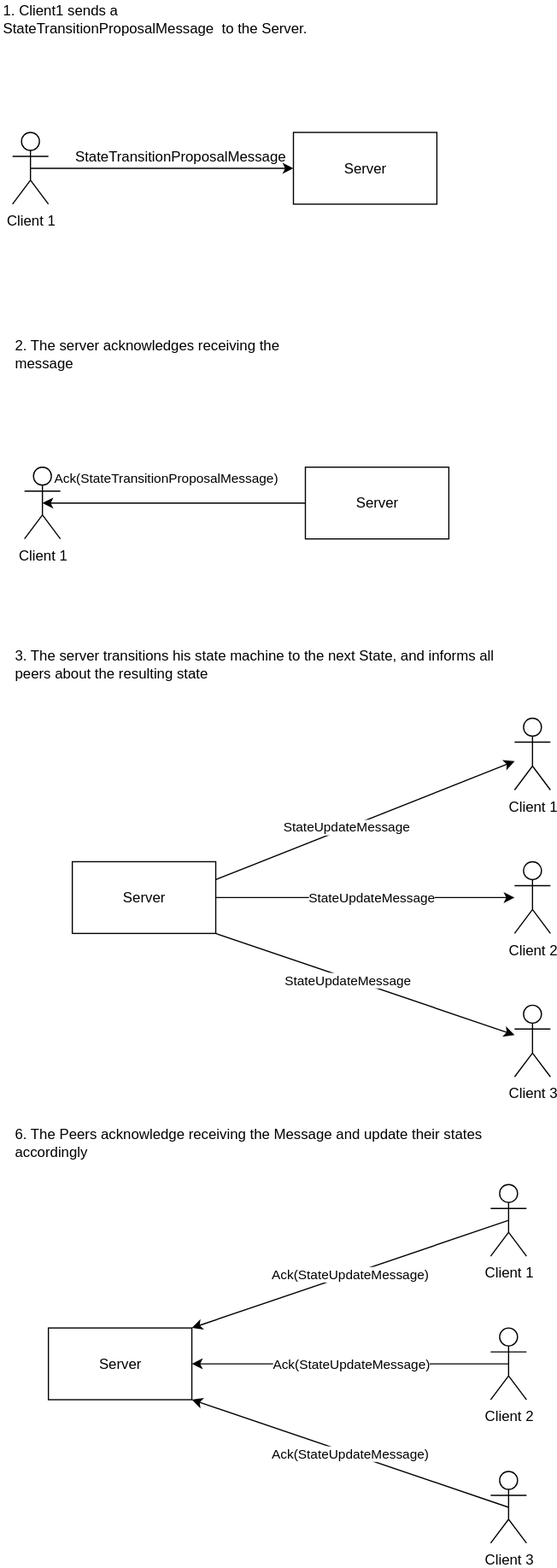
random998/bachelors_project keeps this draw.io diagram as docs/state_transition_communication_4.drawio.svg. Above is the earlier version. Source tidied: cells renumbered, new cells last; positions are measured from the earlier drawing's top-left corner, leaving out a move shared by most shapes. The source it was exported from:
```xml
<mxGraphModel>
  <root>
    <mxCell id="0" />
    <mxCell id="1" parent="0" />
    <mxCell id="2" value="&lt;div&gt;Client 1&lt;/div&gt;&lt;div&gt;&lt;br&gt;&lt;/div&gt;" style="shape=umlActor;verticalLabelPosition=bottom;verticalAlign=top;html=1;outlineConnect=0;" parent="1" vertex="1">
      <mxGeometry x="10" y="110" width="30" height="60" as="geometry" />
    </mxCell>
    <mxCell id="3" style="endArrow=classic;html=1;rounded=0;exitX=0.5;exitY=0.5;exitDx=0;exitDy=0;exitPerimeter=0;entryX=0;entryY=0.5;entryDx=0;entryDy=0;" parent="1" edge="1" source="2" target="4">
      <mxGeometry relative="1" as="geometry" />
    </mxCell>
    <mxCell id="4" value="Server" style="rounded=0;whiteSpace=wrap;html=1;" parent="1" vertex="1">
      <mxGeometry x="245" y="110" width="120" height="60" as="geometry" />
    </mxCell>
    <mxCell id="5" value="&lt;div align=&quot;left&quot;&gt;1. Client1 sends a StateTransitionProposalMessage&amp;nbsp; to the Server.&lt;/div&gt;" style="text;strokeColor=none;align=left;fillColor=none;html=1;verticalAlign=middle;whiteSpace=wrap;rounded=0;" parent="1" vertex="1">
      <mxGeometry width="260" height="30" as="geometry" />
    </mxCell>
    <mxCell id="6" value="StateTransitionProposalMessage" style="text;html=1;align=center;verticalAlign=middle;strokeColor=none;fillColor=none;" parent="1" vertex="1">
      <mxGeometry x="50" y="115" width="200" height="30" as="geometry" />
    </mxCell>
    <mxCell id="7" value="&lt;div align=&quot;left&quot;&gt;3. The server transitions his state machine to the next State, and informs all peers about the resulting state&lt;/div&gt;" style="text;strokeColor=none;align=left;fillColor=none;html=1;verticalAlign=middle;whiteSpace=wrap;rounded=0;" parent="1" vertex="1">
      <mxGeometry x="10" y="540" width="430" height="30" as="geometry" />
    </mxCell>
    <mxCell id="8" value="Server" style="rounded=0;whiteSpace=wrap;html=1;" parent="1" vertex="1">
      <mxGeometry x="60" y="720" width="120" height="60" as="geometry" />
    </mxCell>
    <mxCell id="9" value="Client 1" style="shape=umlActor;verticalLabelPosition=bottom;verticalAlign=top;html=1;outlineConnect=0;" parent="1" vertex="1">
      <mxGeometry x="430" y="600" width="30" height="60" as="geometry" />
    </mxCell>
    <mxCell id="10" value="Client 2" style="shape=umlActor;verticalLabelPosition=bottom;verticalAlign=top;html=1;outlineConnect=0;" parent="1" vertex="1">
      <mxGeometry x="430" y="720" width="30" height="60" as="geometry" />
    </mxCell>
    <mxCell id="11" value="Client 3" style="shape=umlActor;verticalLabelPosition=bottom;verticalAlign=top;html=1;outlineConnect=0;" parent="1" vertex="1">
      <mxGeometry x="430" y="840" width="30" height="60" as="geometry" />
    </mxCell>
    <mxCell id="12" style="endArrow=classic;html=1;rounded=0;exitX=1;exitY=0.25;exitDx=0;exitDy=0;" parent="1" edge="1" source="8" target="9">
      <mxGeometry relative="1" as="geometry" />
    </mxCell>
    <mxCell id="13" value="StateUpdateMessage" style="edgeLabel;html=1;align=center;verticalAlign=middle;" parent="12" vertex="1">
      <mxGeometry x="-0.13" y="1" relative="1" as="geometry" />
    </mxCell>
    <mxCell id="14" style="endArrow=classic;html=1;rounded=0;exitX=1;exitY=0.5;exitDx=0;exitDy=0;" parent="1" edge="1" source="8" target="10">
      <mxGeometry relative="1" as="geometry" />
    </mxCell>
    <mxCell id="15" style="endArrow=classic;html=1;rounded=0;exitX=1;exitY=1;exitDx=0;exitDy=0;" parent="1" edge="1" source="8" target="11">
      <mxGeometry relative="1" as="geometry" />
    </mxCell>
    <mxCell id="16" value="StateUpdateMessage" style="edgeLabel;html=1;align=center;verticalAlign=middle;" parent="15" vertex="1">
      <mxGeometry x="-0.12" y="-1" relative="1" as="geometry" />
    </mxCell>
    <mxCell id="17" value="StateUpdateMessage" style="edgeLabel;html=1;align=center;verticalAlign=middle;" parent="1" vertex="1">
      <mxGeometry x="310" y="750" as="geometry" />
    </mxCell>
    <mxCell id="18" value="&lt;div align=&quot;left&quot;&gt;6. The Peers acknowledge receiving the Message and update their states accordingly&amp;nbsp;&lt;/div&gt;" style="text;strokeColor=none;align=left;fillColor=none;html=1;verticalAlign=middle;whiteSpace=wrap;rounded=0;" parent="1" vertex="1">
      <mxGeometry x="10" y="940" width="430" height="30" as="geometry" />
    </mxCell>
    <mxCell id="19" value="Server" style="rounded=0;whiteSpace=wrap;html=1;" parent="1" vertex="1">
      <mxGeometry x="40" y="1110" width="120" height="60" as="geometry" />
    </mxCell>
    <mxCell id="20" value="Client 1" style="shape=umlActor;verticalLabelPosition=bottom;verticalAlign=top;html=1;outlineConnect=0;" parent="1" vertex="1">
      <mxGeometry x="410" y="990" width="30" height="60" as="geometry" />
    </mxCell>
    <mxCell id="21" value="Client 2" style="shape=umlActor;verticalLabelPosition=bottom;verticalAlign=top;html=1;outlineConnect=0;" parent="1" vertex="1">
      <mxGeometry x="410" y="1110" width="30" height="60" as="geometry" />
    </mxCell>
    <mxCell id="22" value="Client 3" style="shape=umlActor;verticalLabelPosition=bottom;verticalAlign=top;html=1;outlineConnect=0;" parent="1" vertex="1">
      <mxGeometry x="410" y="1230" width="30" height="60" as="geometry" />
    </mxCell>
    <mxCell id="23" value="&lt;div&gt;Ack(StateUpdateMessage)&lt;/div&gt;" style="endArrow=classic;html=1;rounded=0;exitX=0.5;exitY=0.5;exitDx=0;exitDy=0;exitPerimeter=0;entryX=1;entryY=0;entryDx=0;entryDy=0;" parent="1" edge="1" source="20" target="19">
      <mxGeometry relative="1" as="geometry" />
    </mxCell>
    <mxCell id="24" value="Ack(StateUpdateMessage)" style="endArrow=classic;html=1;rounded=0;exitX=0.5;exitY=0.5;exitDx=0;exitDy=0;exitPerimeter=0;entryX=1;entryY=0.5;entryDx=0;entryDy=0;" parent="1" edge="1" source="21" target="19">
      <mxGeometry relative="1" as="geometry" />
    </mxCell>
    <mxCell id="25" value="Ack(StateUpdateMessage)" style="endArrow=classic;html=1;rounded=0;exitX=0.5;exitY=0.5;exitDx=0;exitDy=0;exitPerimeter=0;entryX=1;entryY=1;entryDx=0;entryDy=0;" parent="1" edge="1" source="22" target="19">
      <mxGeometry relative="1" as="geometry" />
    </mxCell>
    <mxCell id="26" value="&lt;div&gt;Client 1&lt;/div&gt;&lt;div&gt;&lt;br&gt;&lt;/div&gt;" style="shape=umlActor;verticalLabelPosition=bottom;verticalAlign=top;html=1;outlineConnect=0;" parent="1" vertex="1">
      <mxGeometry x="20" y="390" width="30" height="60" as="geometry" />
    </mxCell>
    <mxCell id="27" value="Server" style="rounded=0;whiteSpace=wrap;html=1;" parent="1" vertex="1">
      <mxGeometry x="255" y="390" width="120" height="60" as="geometry" />
    </mxCell>
    <mxCell id="28" value="&lt;div align=&quot;left&quot;&gt;2. The server acknowledges receiving the message&lt;/div&gt;" style="text;strokeColor=none;align=left;fillColor=none;html=1;verticalAlign=middle;whiteSpace=wrap;rounded=0;" parent="1" vertex="1">
      <mxGeometry x="10" y="280" width="260" height="30" as="geometry" />
    </mxCell>
    <mxCell id="29" style="endArrow=classic;html=1;rounded=0;exitX=0;exitY=0.5;exitDx=0;exitDy=0;entryX=0.5;entryY=0.5;entryDx=0;entryDy=0;entryPerimeter=0;" parent="1" edge="1" source="27" target="26">
      <mxGeometry relative="1" as="geometry" />
    </mxCell>
    <mxCell id="30" value="Ack(StateTransitionProposalMessage)" style="edgeLabel;html=1;align=center;verticalAlign=middle;" parent="29" vertex="1">
      <mxGeometry x="0.06" y="-1" relative="1" as="geometry">
        <mxPoint y="-20" as="offset" />
      </mxGeometry>
    </mxCell>
  </root>
</mxGraphModel>
```
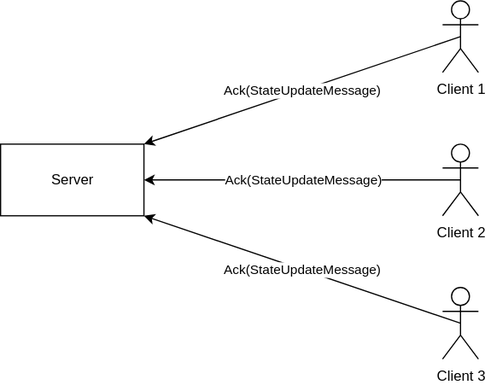
Later version of the same file.

Diff of the diagram source:
```diff
@@ -2,94 +2,26 @@
   <root>
     <mxCell id="0" />
     <mxCell id="1" parent="0" />
-    <mxCell id="2" value="&lt;div&gt;Client 1&lt;/div&gt;&lt;div&gt;&lt;br&gt;&lt;/div&gt;" style="shape=umlActor;verticalLabelPosition=bottom;verticalAlign=top;html=1;outlineConnect=0;" parent="1" vertex="1">
-      <mxGeometry x="10" y="110" width="30" height="60" as="geometry" />
-    </mxCell>
-    <mxCell id="3" style="endArrow=classic;html=1;rounded=0;exitX=0.5;exitY=0.5;exitDx=0;exitDy=0;exitPerimeter=0;entryX=0;entryY=0.5;entryDx=0;entryDy=0;" parent="1" edge="1" source="2" target="4">
-      <mxGeometry relative="1" as="geometry" />
-    </mxCell>
-    <mxCell id="4" value="Server" style="rounded=0;whiteSpace=wrap;html=1;" parent="1" vertex="1">
-      <mxGeometry x="245" y="110" width="120" height="60" as="geometry" />
-    </mxCell>
-    <mxCell id="5" value="&lt;div align=&quot;left&quot;&gt;1. Client1 sends a StateTransitionProposalMessage&amp;nbsp; to the Server.&lt;/div&gt;" style="text;strokeColor=none;align=left;fillColor=none;html=1;verticalAlign=middle;whiteSpace=wrap;rounded=0;" parent="1" vertex="1">
-      <mxGeometry width="260" height="30" as="geometry" />
-    </mxCell>
-    <mxCell id="6" value="StateTransitionProposalMessage" style="text;html=1;align=center;verticalAlign=middle;strokeColor=none;fillColor=none;" parent="1" vertex="1">
-      <mxGeometry x="50" y="115" width="200" height="30" as="geometry" />
-    </mxCell>
-    <mxCell id="7" value="&lt;div align=&quot;left&quot;&gt;3. The server transitions his state machine to the next State, and informs all peers about the resulting state&lt;/div&gt;" style="text;strokeColor=none;align=left;fillColor=none;html=1;verticalAlign=middle;whiteSpace=wrap;rounded=0;" parent="1" vertex="1">
-      <mxGeometry x="10" y="540" width="430" height="30" as="geometry" />
-    </mxCell>
-    <mxCell id="8" value="Server" style="rounded=0;whiteSpace=wrap;html=1;" parent="1" vertex="1">
-      <mxGeometry x="60" y="720" width="120" height="60" as="geometry" />
-    </mxCell>
-    <mxCell id="9" value="Client 1" style="shape=umlActor;verticalLabelPosition=bottom;verticalAlign=top;html=1;outlineConnect=0;" parent="1" vertex="1">
-      <mxGeometry x="430" y="600" width="30" height="60" as="geometry" />
-    </mxCell>
-    <mxCell id="10" value="Client 2" style="shape=umlActor;verticalLabelPosition=bottom;verticalAlign=top;html=1;outlineConnect=0;" parent="1" vertex="1">
-      <mxGeometry x="430" y="720" width="30" height="60" as="geometry" />
-    </mxCell>
-    <mxCell id="11" value="Client 3" style="shape=umlActor;verticalLabelPosition=bottom;verticalAlign=top;html=1;outlineConnect=0;" parent="1" vertex="1">
-      <mxGeometry x="430" y="840" width="30" height="60" as="geometry" />
-    </mxCell>
-    <mxCell id="12" style="endArrow=classic;html=1;rounded=0;exitX=1;exitY=0.25;exitDx=0;exitDy=0;" parent="1" edge="1" source="8" target="9">
-      <mxGeometry relative="1" as="geometry" />
-    </mxCell>
-    <mxCell id="13" value="StateUpdateMessage" style="edgeLabel;html=1;align=center;verticalAlign=middle;" parent="12" vertex="1">
-      <mxGeometry x="-0.13" y="1" relative="1" as="geometry" />
-    </mxCell>
-    <mxCell id="14" style="endArrow=classic;html=1;rounded=0;exitX=1;exitY=0.5;exitDx=0;exitDy=0;" parent="1" edge="1" source="8" target="10">
-      <mxGeometry relative="1" as="geometry" />
-    </mxCell>
-    <mxCell id="15" style="endArrow=classic;html=1;rounded=0;exitX=1;exitY=1;exitDx=0;exitDy=0;" parent="1" edge="1" source="8" target="11">
-      <mxGeometry relative="1" as="geometry" />
-    </mxCell>
-    <mxCell id="16" value="StateUpdateMessage" style="edgeLabel;html=1;align=center;verticalAlign=middle;" parent="15" vertex="1">
-      <mxGeometry x="-0.12" y="-1" relative="1" as="geometry" />
-    </mxCell>
-    <mxCell id="17" value="StateUpdateMessage" style="edgeLabel;html=1;align=center;verticalAlign=middle;" parent="1" vertex="1">
-      <mxGeometry x="310" y="750" as="geometry" />
-    </mxCell>
-    <mxCell id="18" value="&lt;div align=&quot;left&quot;&gt;6. The Peers acknowledge receiving the Message and update their states accordingly&amp;nbsp;&lt;/div&gt;" style="text;strokeColor=none;align=left;fillColor=none;html=1;verticalAlign=middle;whiteSpace=wrap;rounded=0;" parent="1" vertex="1">
-      <mxGeometry x="10" y="940" width="430" height="30" as="geometry" />
-    </mxCell>
-    <mxCell id="19" value="Server" style="rounded=0;whiteSpace=wrap;html=1;" parent="1" vertex="1">
-      <mxGeometry x="40" y="1110" width="120" height="60" as="geometry" />
-    </mxCell>
-    <mxCell id="20" value="Client 1" style="shape=umlActor;verticalLabelPosition=bottom;verticalAlign=top;html=1;outlineConnect=0;" parent="1" vertex="1">
-      <mxGeometry x="410" y="990" width="30" height="60" as="geometry" />
-    </mxCell>
-    <mxCell id="21" value="Client 2" style="shape=umlActor;verticalLabelPosition=bottom;verticalAlign=top;html=1;outlineConnect=0;" parent="1" vertex="1">
-      <mxGeometry x="410" y="1110" width="30" height="60" as="geometry" />
-    </mxCell>
-    <mxCell id="22" value="Client 3" style="shape=umlActor;verticalLabelPosition=bottom;verticalAlign=top;html=1;outlineConnect=0;" parent="1" vertex="1">
-      <mxGeometry x="410" y="1230" width="30" height="60" as="geometry" />
-    </mxCell>
+    <mxCell id="31" value="Server" style="rounded=0;whiteSpace=wrap;html=1;" parent="1" vertex="1">
+      <mxGeometry x="800" y="410" width="120" height="60" as="geometry" />
+    </mxCell>
+    <mxCell id="32" value="Client 1" style="shape=umlActor;verticalLabelPosition=bottom;verticalAlign=top;html=1;outlineConnect=0;" parent="1" vertex="1">
+      <mxGeometry x="1170" y="290" width="30" height="60" as="geometry" />
+    </mxCell>
+    <mxCell id="33" value="Client 2" style="shape=umlActor;verticalLabelPosition=bottom;verticalAlign=top;html=1;outlineConnect=0;" parent="1" vertex="1">
+      <mxGeometry x="1170" y="410" width="30" height="60" as="geometry" />
+    </mxCell>
+    <mxCell id="34" value="Client 3" style="shape=umlActor;verticalLabelPosition=bottom;verticalAlign=top;html=1;outlineConnect=0;" parent="1" vertex="1">
+      <mxGeometry x="1170" y="530" width="30" height="60" as="geometry" />
+    </mxCell>
-    <mxCell id="23" value="&lt;div&gt;Ack(StateUpdateMessage)&lt;/div&gt;" style="endArrow=classic;html=1;rounded=0;exitX=0.5;exitY=0.5;exitDx=0;exitDy=0;exitPerimeter=0;entryX=1;entryY=0;entryDx=0;entryDy=0;" parent="1" edge="1" source="20" target="19">
+    <mxCell id="23" value="&lt;div&gt;Ack(StateUpdateMessage)&lt;/div&gt;" style="endArrow=classic;html=1;rounded=0;exitX=0.5;exitY=0.5;exitDx=0;exitDy=0;exitPerimeter=0;entryX=1;entryY=0;entryDx=0;entryDy=0;" parent="1" edge="1" source="32" target="31">
       <mxGeometry relative="1" as="geometry" />
     </mxCell>
-    <mxCell id="24" value="Ack(StateUpdateMessage)" style="endArrow=classic;html=1;rounded=0;exitX=0.5;exitY=0.5;exitDx=0;exitDy=0;exitPerimeter=0;entryX=1;entryY=0.5;entryDx=0;entryDy=0;" parent="1" edge="1" source="21" target="19">
+    <mxCell id="24" value="Ack(StateUpdateMessage)" style="endArrow=classic;html=1;rounded=0;exitX=0.5;exitY=0.5;exitDx=0;exitDy=0;exitPerimeter=0;entryX=1;entryY=0.5;entryDx=0;entryDy=0;" parent="1" edge="1" source="33" target="31">
       <mxGeometry relative="1" as="geometry" />
     </mxCell>
-    <mxCell id="25" value="Ack(StateUpdateMessage)" style="endArrow=classic;html=1;rounded=0;exitX=0.5;exitY=0.5;exitDx=0;exitDy=0;exitPerimeter=0;entryX=1;entryY=1;entryDx=0;entryDy=0;" parent="1" edge="1" source="22" target="19">
+    <mxCell id="25" value="Ack(StateUpdateMessage)" style="endArrow=classic;html=1;rounded=0;exitX=0.5;exitY=0.5;exitDx=0;exitDy=0;exitPerimeter=0;entryX=1;entryY=1;entryDx=0;entryDy=0;" parent="1" edge="1" source="34" target="31">
       <mxGeometry relative="1" as="geometry" />
     </mxCell>
-    <mxCell id="26" value="&lt;div&gt;Client 1&lt;/div&gt;&lt;div&gt;&lt;br&gt;&lt;/div&gt;" style="shape=umlActor;verticalLabelPosition=bottom;verticalAlign=top;html=1;outlineConnect=0;" parent="1" vertex="1">
-      <mxGeometry x="20" y="390" width="30" height="60" as="geometry" />
-    </mxCell>
-    <mxCell id="27" value="Server" style="rounded=0;whiteSpace=wrap;html=1;" parent="1" vertex="1">
-      <mxGeometry x="255" y="390" width="120" height="60" as="geometry" />
-    </mxCell>
-    <mxCell id="28" value="&lt;div align=&quot;left&quot;&gt;2. The server acknowledges receiving the message&lt;/div&gt;" style="text;strokeColor=none;align=left;fillColor=none;html=1;verticalAlign=middle;whiteSpace=wrap;rounded=0;" parent="1" vertex="1">
-      <mxGeometry x="10" y="280" width="260" height="30" as="geometry" />
-    </mxCell>
-    <mxCell id="29" style="endArrow=classic;html=1;rounded=0;exitX=0;exitY=0.5;exitDx=0;exitDy=0;entryX=0.5;entryY=0.5;entryDx=0;entryDy=0;entryPerimeter=0;" parent="1" edge="1" source="27" target="26">
-      <mxGeometry relative="1" as="geometry" />
-    </mxCell>
-    <mxCell id="30" value="Ack(StateTransitionProposalMessage)" style="edgeLabel;html=1;align=center;verticalAlign=middle;" parent="29" vertex="1">
-      <mxGeometry x="0.06" y="-1" relative="1" as="geometry">
-        <mxPoint y="-20" as="offset" />
-      </mxGeometry>
-    </mxCell>
   </root>
 </mxGraphModel>
```
